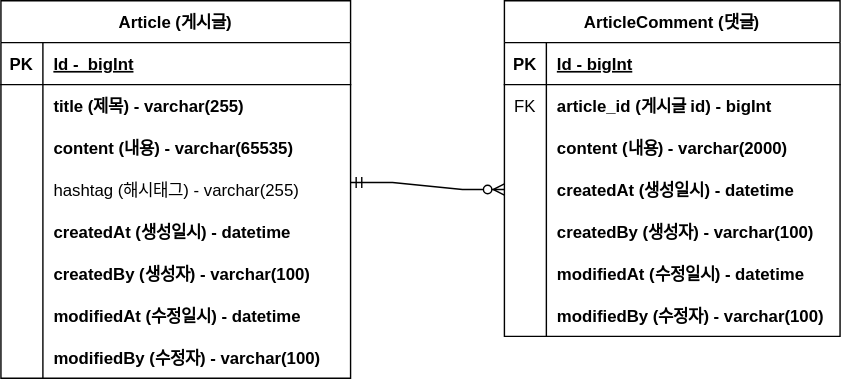
Above: document/prject-board-erd.svg in Kminss/SpringBoot-Board (draw.io), before the change. Source tidied: cells renumbered, new cells last; positions are measured from the earlier drawing's top-left corner, leaving out a move shared by most shapes.
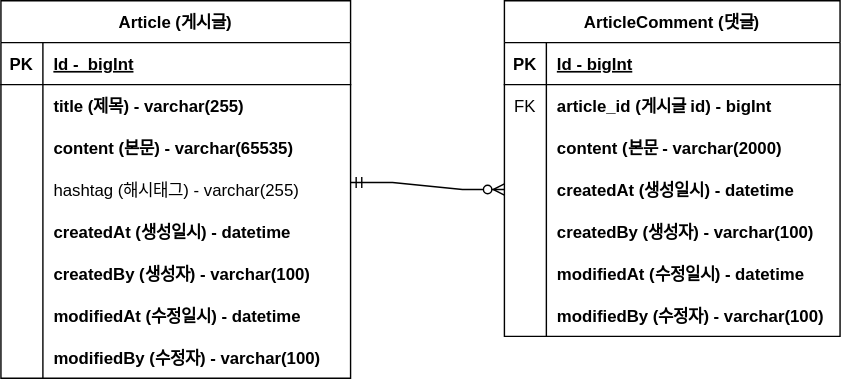
Later version of the same file.

What changed in the source:
```diff
@@ -29,7 +29,7 @@
     <mxCell id="10" style="shape=partialRectangle;fillColor=none;top=0;left=0;bottom=0;right=0;overflow=hidden;" parent="9" vertex="1">
       <mxGeometry width="30" height="30" as="geometry" />
     </mxCell>
-    <mxCell id="11" value="content (내용) - varchar(65535)" style="shape=partialRectangle;fillColor=none;top=0;left=0;bottom=0;right=0;align=left;spacingLeft=6;overflow=hidden;fontStyle=1;" parent="9" vertex="1">
+    <mxCell id="11" value="content (본문) - varchar(65535)" style="shape=partialRectangle;fillColor=none;top=0;left=0;bottom=0;right=0;align=left;spacingLeft=6;overflow=hidden;fontStyle=1;" parent="9" vertex="1">
       <mxGeometry x="30" width="220" height="30" as="geometry" />
     </mxCell>
     <mxCell id="12" style="shape=tableRow;horizontal=0;startSize=0;swimlaneHead=0;swimlaneBody=0;fillColor=none;top=0;left=0;right=0;bottom=0;" parent="2" vertex="1">
@@ -104,7 +104,7 @@
     <mxCell id="35" style="shape=partialRectangle;fillColor=none;top=0;left=0;bottom=0;right=0;overflow=hidden;" parent="34" vertex="1">
       <mxGeometry width="30" height="30" as="geometry" />
     </mxCell>
-    <mxCell id="36" value="content (내용) - varchar(2000)" style="shape=partialRectangle;fillColor=none;top=0;left=0;bottom=0;right=0;align=left;spacingLeft=6;overflow=hidden;fontStyle=1;" parent="34" vertex="1">
+    <mxCell id="36" value="content (본문 - varchar(2000)" style="shape=partialRectangle;fillColor=none;top=0;left=0;bottom=0;right=0;align=left;spacingLeft=6;overflow=hidden;fontStyle=1;" parent="34" vertex="1">
       <mxGeometry x="30" width="210" height="30" as="geometry" />
     </mxCell>
     <mxCell id="37" style="shape=tableRow;horizontal=0;startSize=0;swimlaneHead=0;swimlaneBody=0;fillColor=none;points=[[0,0.5],[1,0.5]];portConstraint=eastwest;top=0;left=0;right=0;bottom=0;" parent="27" vertex="1">
```
